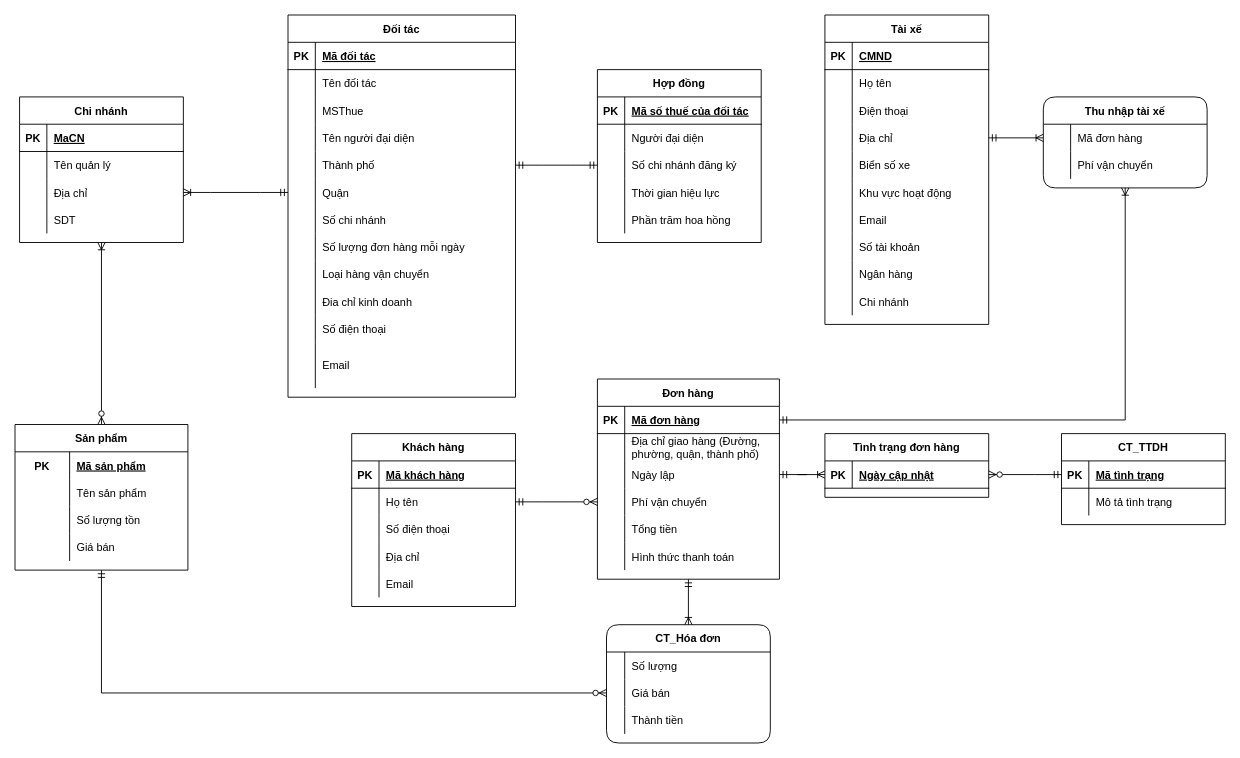
Before: HQT-CSDL.drawio in tranngoclam16/HQT-CSDL, a draw.io diagram. Source tidied: cells renumbered, new cells numbered last; positions are measured from the earlier drawing's top-left corner, leaving out a move shared by most shapes. Both pictures are drawn from the tidied source at 91%, with x=0, y=0 at pixel (15, 15).
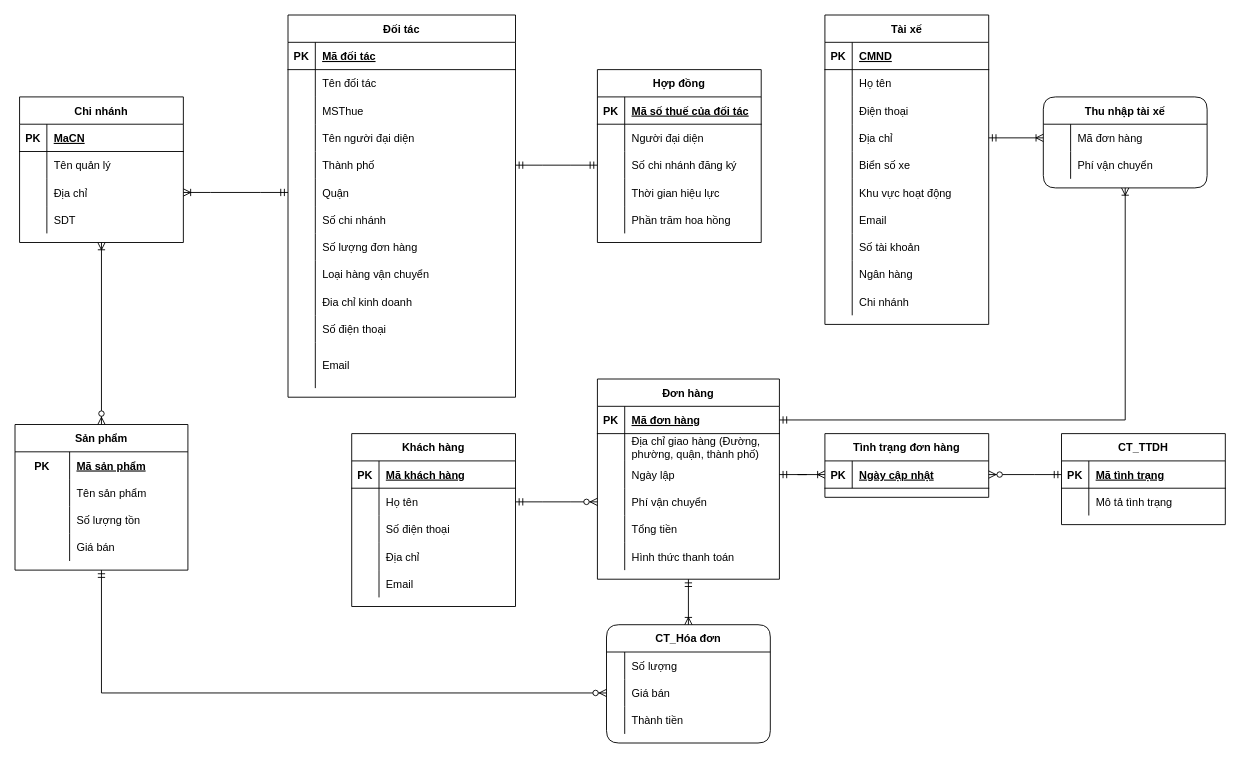
The same diagram, later.

Commit message (it also covers changes not shown here):
update báo cáo

The change refers to these unchanged cells:
```xml
<mxCell id="55" style="shape=partialRectangle;fillColor=none;top=0;left=0;right=0;bottom=0;" parent="33" vertex="1">
  <mxGeometry y="240" width="250" height="30" as="geometry" />
</mxCell>
```

What changed in the source:
```diff
@@
-    <mxCell id="57" value="Số lượng đơn hàng mỗi ngày" style="shape=partialRectangle;overflow=hidden;fillColor=none;top=0;left=0;bottom=0;right=0;align=left;spacingLeft=6;" parent="55" vertex="1">
+    <mxCell id="57" value="Số lượng đơn hàng" style="shape=partialRectangle;overflow=hidden;fillColor=none;top=0;left=0;bottom=0;right=0;align=left;spacingLeft=6;" parent="55" vertex="1">
       <mxGeometry x="30" width="220" height="30" as="geometry" />
     </mxCell>
```
